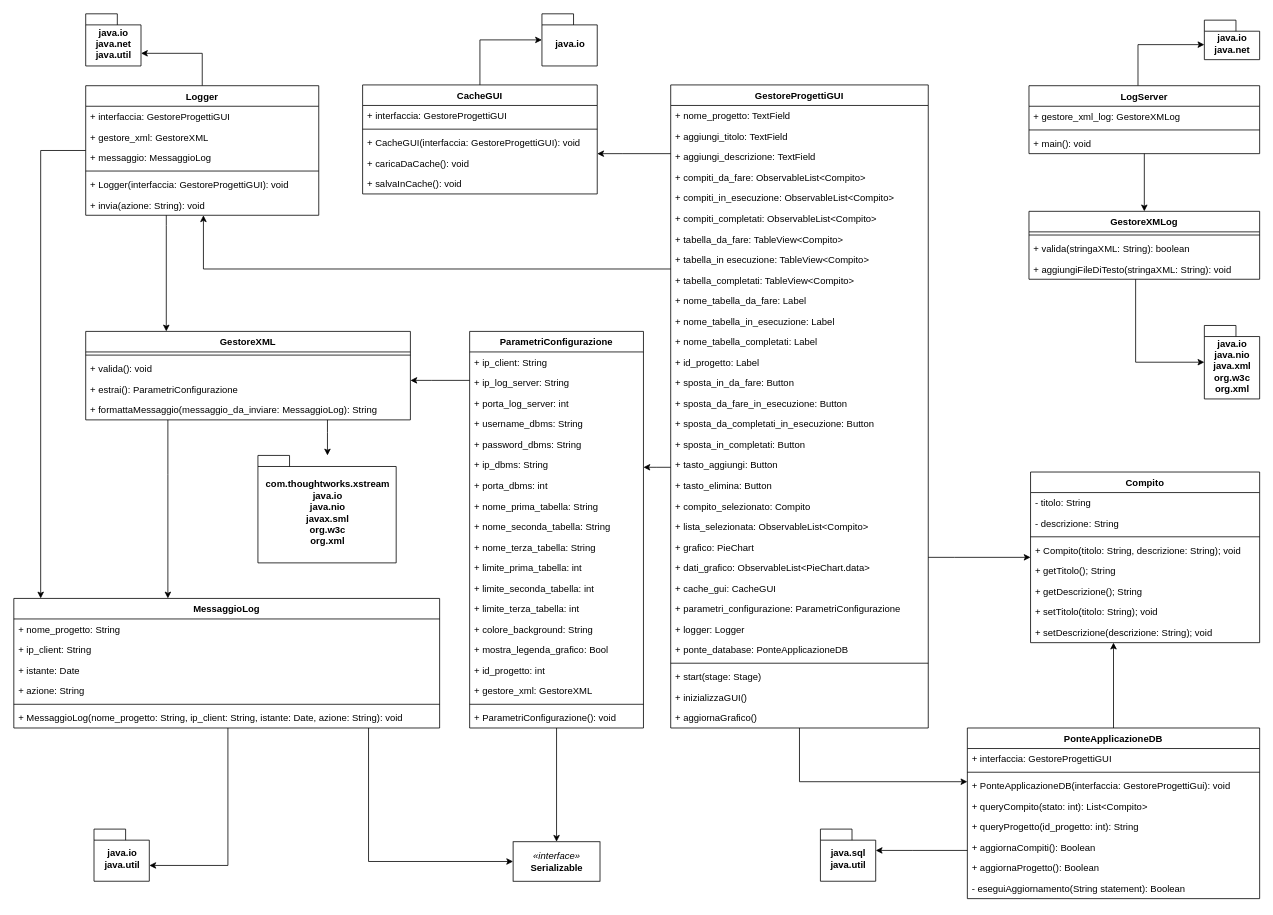
The draw.io diagram ClassUML.drawio in glmquint/KanbanApp, before the edit. Source tidied: cells renumbered, new cells numbered last; positions are measured from the earlier drawing's top-left corner, leaving out a move shared by most shapes. Both pictures are drawn from the tidied source at 79%, with x=0, y=0 at pixel (13, 13).
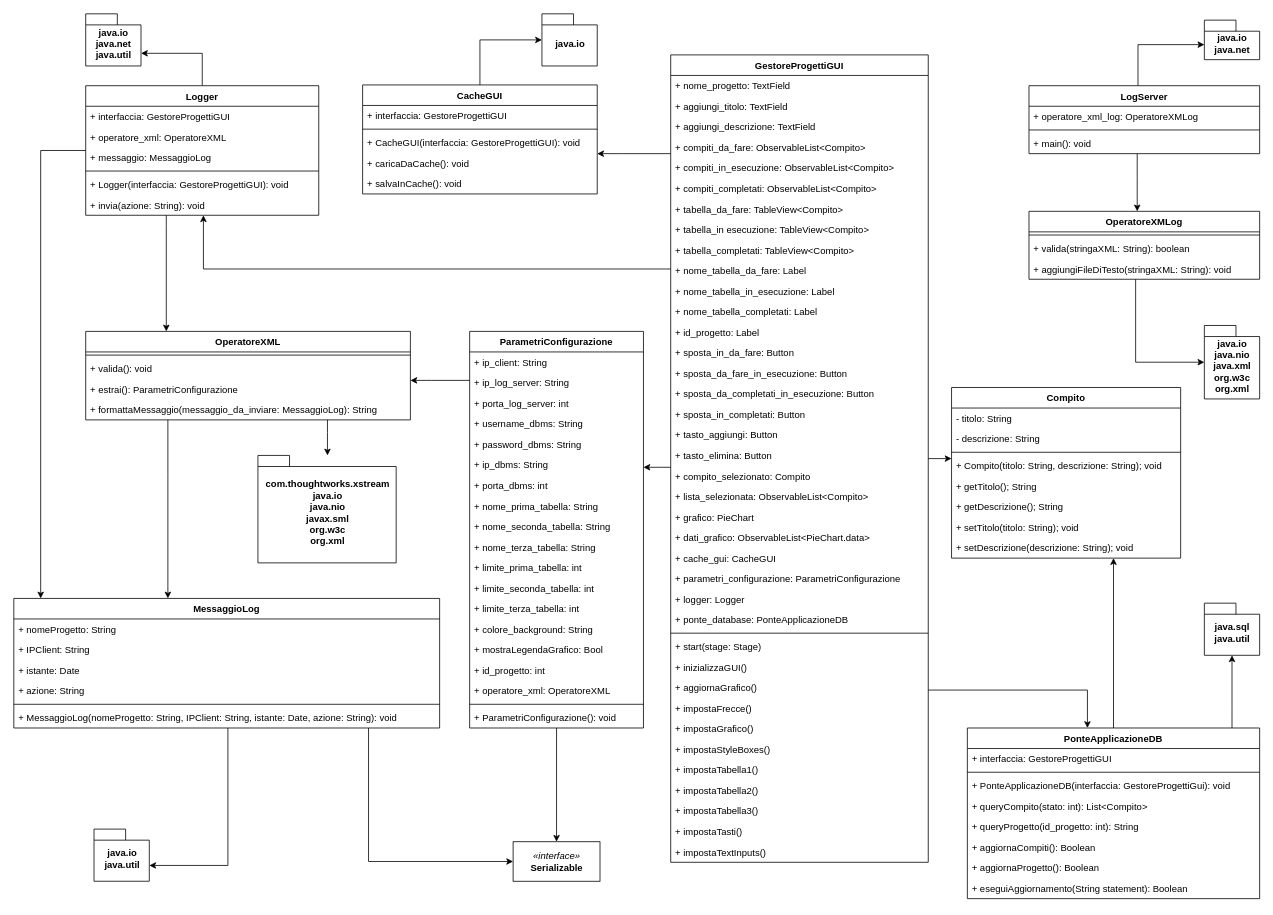
The same diagram, later.

Unchanged cells that the change refers to:
```xml
<mxCell id="57" value="ParametriConfigurazione" style="swimlane;fontStyle=1;align=center;verticalAlign=top;horizontal=1;startSize=26;" parent="1" vertex="1">
  <mxGeometry x="577" y="402" width="220" height="502" as="geometry" />
</mxCell>
<mxCell id="78" value="PonteApplicazioneDB" style="swimlane;fontStyle=1;align=center;verticalAlign=top;horizontal=1;startSize=26;" parent="1" vertex="1">
  <mxGeometry x="1207" y="904" width="370" height="216" as="geometry" />
</mxCell>
<mxCell id="91" value="Logger" style="swimlane;fontStyle=1;align=center;verticalAlign=top;horizontal=1;startSize=26;" parent="1" vertex="1">
  <mxGeometry x="91" y="91" width="295" height="164" as="geometry" />
</mxCell>
<mxCell id="100" value="MessaggioLog" style="swimlane;fontStyle=1;align=center;verticalAlign=top;horizontal=1;startSize=26;" parent="1" vertex="1">
  <mxGeometry y="740" width="539" height="164" as="geometry" />
</mxCell>
<mxCell id="109" value="LogServer" style="swimlane;fontStyle=1;align=center;verticalAlign=top;horizontal=1;startSize=26;" parent="1" vertex="1">
  <mxGeometry x="1285" y="91" width="292" height="86" as="geometry" />
</mxCell>
```

The edit, as a diff of the source:
```diff
@@
     <mxCell id="5" value="GestoreProgettiGUI" style="swimlane;fontStyle=1;align=center;verticalAlign=top;horizontal=1;startSize=26;perimeter=rectanglePerimeter;" parent="1" vertex="1">
-      <mxGeometry x="831.5" y="90" width="326" height="814" as="geometry" />
+      <mxGeometry x="831.5" y="52" width="326" height="1022" as="geometry" />
     </mxCell>
@@
+    <mxCell id="133" value="+ impostaFrecce()" style="text;strokeColor=none;fillColor=none;align=left;verticalAlign=top;spacingLeft=4;spacingRight=4;overflow=hidden;" parent="5" vertex="1">
+      <mxGeometry y="814" width="326" height="26" as="geometry" />
+    </mxCell>
+    <mxCell id="134" value="+ impostaGrafico()" style="text;strokeColor=none;fillColor=none;align=left;verticalAlign=top;spacingLeft=4;spacingRight=4;overflow=hidden;" parent="5" vertex="1">
+      <mxGeometry y="840" width="326" height="26" as="geometry" />
+    </mxCell>
+    <mxCell id="135" value="+ impostaStyleBoxes()" style="text;strokeColor=none;fillColor=none;align=left;verticalAlign=top;spacingLeft=4;spacingRight=4;overflow=hidden;" parent="5" vertex="1">
+      <mxGeometry y="866" width="326" height="26" as="geometry" />
+    </mxCell>
+    <mxCell id="136" value="+ impostaTabella1()" style="text;strokeColor=none;fillColor=none;align=left;verticalAlign=top;spacingLeft=4;spacingRight=4;overflow=hidden;" parent="5" vertex="1">
+      <mxGeometry y="892" width="326" height="26" as="geometry" />
+    </mxCell>
+    <mxCell id="137" value="+ impostaTabella2()" style="text;strokeColor=none;fillColor=none;align=left;verticalAlign=top;spacingLeft=4;spacingRight=4;overflow=hidden;" parent="5" vertex="1">
+      <mxGeometry y="918" width="326" height="26" as="geometry" />
+    </mxCell>
+    <mxCell id="138" value="+ impostaTabella3()" style="text;strokeColor=none;fillColor=none;align=left;verticalAlign=top;spacingLeft=4;spacingRight=4;overflow=hidden;" parent="5" vertex="1">
+      <mxGeometry y="944" width="326" height="26" as="geometry" />
+    </mxCell>
+    <mxCell id="139" value="+ impostaTasti()" style="text;strokeColor=none;fillColor=none;align=left;verticalAlign=top;spacingLeft=4;spacingRight=4;overflow=hidden;" parent="5" vertex="1">
+      <mxGeometry y="970" width="326" height="26" as="geometry" />
+    </mxCell>
+    <mxCell id="140" value="+ impostaTextInputs()" style="text;strokeColor=none;fillColor=none;align=left;verticalAlign=top;spacingLeft=4;spacingRight=4;overflow=hidden;" parent="5" vertex="1">
+      <mxGeometry y="996" width="326" height="26" as="geometry" />
+    </mxCell>
@@
     <mxCell id="45" style="edgeStyle=orthogonalEdgeStyle;rounded=0;jettySize=auto;html=1;" parent="1" edge="1" source="5" target="78">
       <mxGeometry relative="1" as="geometry">
         <Array as="points">
-          <mxPoint x="995" y="972" />
+          <mxPoint x="1359" y="856" />
         </Array>
       </mxGeometry>
     </mxCell>
     <mxCell id="46" value="Compito" style="swimlane;fontStyle=1;align=center;verticalAlign=top;horizontal=1;startSize=26;" parent="1" vertex="1">
-      <mxGeometry x="1287" y="580" width="290" height="216" as="geometry" />
+      <mxGeometry x="1187" y="473" width="290" height="216" as="geometry" />
     </mxCell>
@@
-    <mxCell id="72" value="+ mostra_legenda_grafico: Bool" style="text;strokeColor=none;fillColor=none;align=left;verticalAlign=top;spacingLeft=4;spacingRight=4;overflow=hidden;" parent="57" vertex="1">
+    <mxCell id="72" value="+ mostraLegendaGrafico: Bool" style="text;strokeColor=none;fillColor=none;align=left;verticalAlign=top;spacingLeft=4;spacingRight=4;overflow=hidden;" parent="57" vertex="1">
       <mxGeometry y="390" width="220" height="26" as="geometry" />
     </mxCell>
@@
-    <mxCell id="74" value="+ gestore_xml: GestoreXML" style="text;strokeColor=none;fillColor=none;align=left;verticalAlign=top;spacingLeft=4;spacingRight=4;overflow=hidden;" parent="57" vertex="1">
+    <mxCell id="74" value="+ operatore_xml: OperatoreXML" style="text;strokeColor=none;fillColor=none;align=left;verticalAlign=top;spacingLeft=4;spacingRight=4;overflow=hidden;" parent="57" vertex="1">
       <mxGeometry y="442" width="220" height="26" as="geometry" />
     </mxCell>
@@
     <mxCell id="77" style="edgeStyle=orthogonalEdgeStyle;rounded=0;jettySize=auto;html=1;" parent="1" edge="1" source="78" target="127">
       <mxGeometry relative="1" as="geometry">
         <Array as="points">
-          <mxPoint x="1138" y="1059" />
-          <mxPoint x="1138" y="1059" />
+          <mxPoint x="1542" y="878" />
+          <mxPoint x="1542" y="878" />
         </Array>
       </mxGeometry>
     </mxCell>
@@
-    <mxCell id="86" value="- eseguiAggiornamento(String statement): Boolean" style="text;strokeColor=none;fillColor=none;align=left;verticalAlign=top;spacingLeft=4;spacingRight=4;overflow=hidden;" parent="78" vertex="1">
+    <mxCell id="86" value="+ eseguiAggiornamento(String statement): Boolean" style="text;strokeColor=none;fillColor=none;align=left;verticalAlign=top;spacingLeft=4;spacingRight=4;overflow=hidden;" parent="78" vertex="1">
       <mxGeometry y="190" width="370" height="26" as="geometry" />
     </mxCell>
@@
-    <mxCell id="93" value="+ gestore_xml: GestoreXML" style="text;strokeColor=none;fillColor=none;align=left;verticalAlign=top;spacingLeft=4;spacingRight=4;overflow=hidden;" parent="91" vertex="1">
+    <mxCell id="93" value="+ operatore_xml: OperatoreXML" style="text;strokeColor=none;fillColor=none;align=left;verticalAlign=top;spacingLeft=4;spacingRight=4;overflow=hidden;" parent="91" vertex="1">
       <mxGeometry y="52" width="295" height="26" as="geometry" />
     </mxCell>
@@
-    <mxCell id="101" value="+ nome_progetto: String" style="text;strokeColor=none;fillColor=none;align=left;verticalAlign=top;spacingLeft=4;spacingRight=4;overflow=hidden;" parent="100" vertex="1">
+    <mxCell id="101" value="+ nomeProgetto: String" style="text;strokeColor=none;fillColor=none;align=left;verticalAlign=top;spacingLeft=4;spacingRight=4;overflow=hidden;" parent="100" vertex="1">
       <mxGeometry y="26" width="539" height="26" as="geometry" />
     </mxCell>
-    <mxCell id="102" value="+ ip_client: String" style="text;strokeColor=none;fillColor=none;align=left;verticalAlign=top;spacingLeft=4;spacingRight=4;overflow=hidden;" parent="100" vertex="1">
+    <mxCell id="102" value="+ IPClient: String" style="text;strokeColor=none;fillColor=none;align=left;verticalAlign=top;spacingLeft=4;spacingRight=4;overflow=hidden;" parent="100" vertex="1">
       <mxGeometry y="52" width="539" height="26" as="geometry" />
     </mxCell>
@@
-    <mxCell id="106" value="+ MessaggioLog(nome_progetto: String, ip_client: String, istante: Date, azione: String): void" style="text;strokeColor=none;fillColor=none;align=left;verticalAlign=top;spacingLeft=4;spacingRight=4;overflow=hidden;" parent="100" vertex="1">
+    <mxCell id="106" value="+ MessaggioLog(nomeProgetto: String, IPClient: String, istante: Date, azione: String): void" style="text;strokeColor=none;fillColor=none;align=left;verticalAlign=top;spacingLeft=4;spacingRight=4;overflow=hidden;" parent="100" vertex="1">
       <mxGeometry y="138" width="539" height="26" as="geometry" />
     </mxCell>
     <mxCell id="107" style="edgeStyle=orthogonalEdgeStyle;rounded=0;jettySize=auto;html=1;" parent="1" edge="1" source="109" target="114">
-      <mxGeometry relative="1" as="geometry" />
+      <mxGeometry relative="1" as="geometry">
+        <Array as="points">
+          <mxPoint x="1422" y="207" />
+          <mxPoint x="1422" y="207" />
+        </Array>
+      </mxGeometry>
     </mxCell>
@@
-    <mxCell id="110" value="+ gestore_xml_log: GestoreXMLog" style="text;strokeColor=none;fillColor=none;align=left;verticalAlign=top;spacingLeft=4;spacingRight=4;overflow=hidden;" parent="109" vertex="1">
+    <mxCell id="110" value="+ operatore_xml_log: OperatoreXMLog" style="text;strokeColor=none;fillColor=none;align=left;verticalAlign=top;spacingLeft=4;spacingRight=4;overflow=hidden;" parent="109" vertex="1">
       <mxGeometry y="26" width="292" height="26" as="geometry" />
     </mxCell>
@@
-    <mxCell id="114" value="GestoreXMLog" style="swimlane;fontStyle=1;align=center;verticalAlign=top;horizontal=1;startSize=26;" parent="1" vertex="1">
+    <mxCell id="114" value="OperatoreXMLog" style="swimlane;fontStyle=1;align=center;verticalAlign=top;horizontal=1;startSize=26;" parent="1" vertex="1">
       <mxGeometry x="1285" y="250" width="292" height="86" as="geometry" />
     </mxCell>
@@
-    <mxCell id="120" value="GestoreXML" style="swimlane;fontStyle=1;align=center;verticalAlign=top;horizontal=1;startSize=26;" parent="1" vertex="1">
+    <mxCell id="120" value="OperatoreXML" style="swimlane;fontStyle=1;align=center;verticalAlign=top;horizontal=1;startSize=26;" parent="1" vertex="1">
       <mxGeometry x="91" y="402" width="411" height="112" as="geometry" />
     </mxCell>
@@
     <mxCell id="127" value="java.sql&lt;br&gt;java.util" style="shape=folder;fontStyle=1;spacingTop=10;tabWidth=40;tabHeight=14;tabPosition=left;html=1;" parent="1" vertex="1">
-      <mxGeometry x="1021" y="1032" width="70" height="66" as="geometry" />
+      <mxGeometry x="1507" y="746" width="70" height="66" as="geometry" />
     </mxCell>
```
